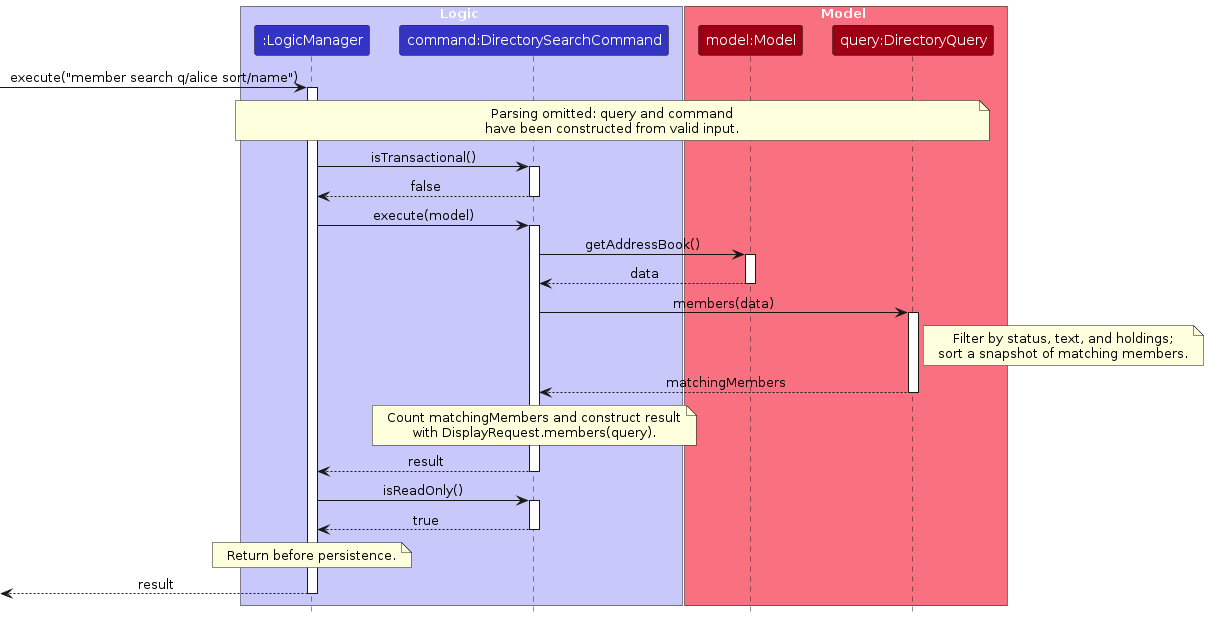
AY2627S1-CS2103T-F15-2/tp keeps this PlantUML diagram as diagrams/DirectorySearchSequence.png. Above is the earlier version. Its source is kept beside it as diagrams/DirectorySearchSequence.puml. The source it was exported from:
```plantuml
@startuml
!include style.puml
skinparam ArrowFontStyle plain

box Logic LOGIC_COLOR_T1
participant ":LogicManager" as Logic LOGIC_COLOR
participant "command:DirectorySearchCommand" as Search LOGIC_COLOR
end box

box Model MODEL_COLOR_T1
participant "model:Model" as Model MODEL_COLOR
participant "query:DirectoryQuery" as Query MODEL_COLOR
end box

[-> Logic : execute("member search q/alice sort/name")
activate Logic
note over Logic, Query
Parsing omitted: query and command
have been constructed from valid input.
end note

Logic -> Search : isTransactional()
activate Search
Search --> Logic : false
deactivate Search

Logic -> Search : execute(model)
activate Search
Search -> Model : getAddressBook()
activate Model
Model --> Search : data
deactivate Model

Search -> Query : members(data)
activate Query
note right of Query
Filter by status, text, and holdings;
sort a snapshot of matching members.
end note
Query --> Search : matchingMembers
deactivate Query

note over Search
Count matchingMembers and construct result
with DisplayRequest.members(query).
end note
Search --> Logic : result
deactivate Search

Logic -> Search : isReadOnly()
activate Search
Search --> Logic : true
deactivate Search
note over Logic
Return before persistence.
end note
[<-- Logic : result
deactivate Logic
@enduml
```
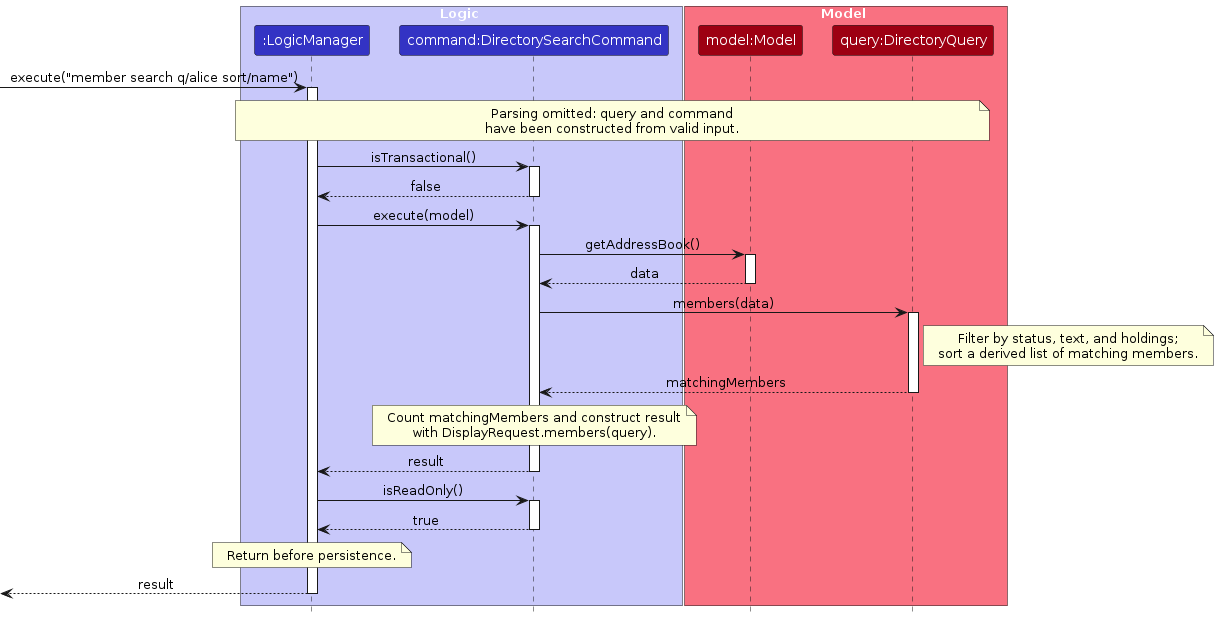
Later version of the same file.

Change to the diagram source:
```diff
@@ -35,7 +35,7 @@
 activate Query
 note right of Query
 Filter by status, text, and holdings;
-sort a snapshot of matching members.
+sort a derived list of matching members.
 end note
 Query --> Search : matchingMembers
 deactivate Query
```
